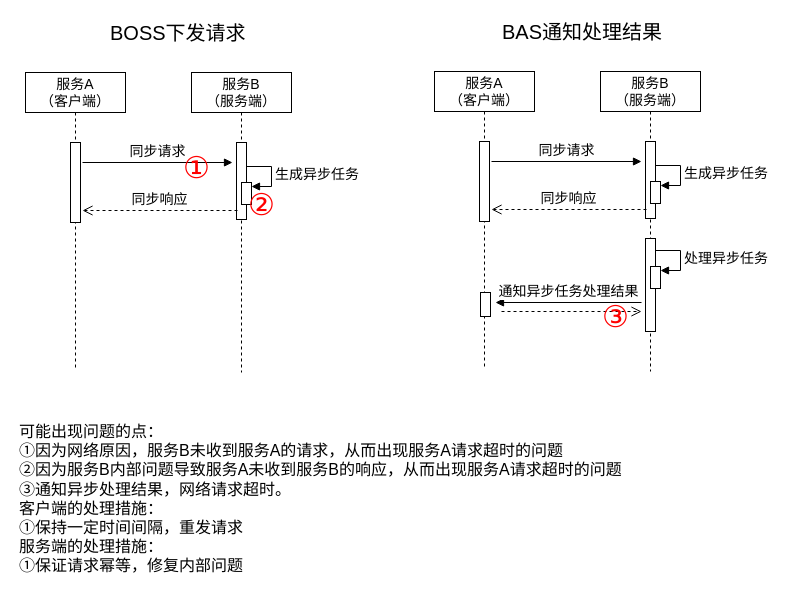
The draw.io diagram page "sequence-error-response-Common" (3 of 7) of BAS/BAS-Henan.drawio in waterwatermelon/graph, before the edit. Source tidied: cells renumbered, new cells numbered last; positions are measured from the earlier drawing's top-left corner, leaving out a move shared by most shapes. Both pictures are drawn from the tidied source at 100%, with x=0, y=0 at pixel (17, 17).
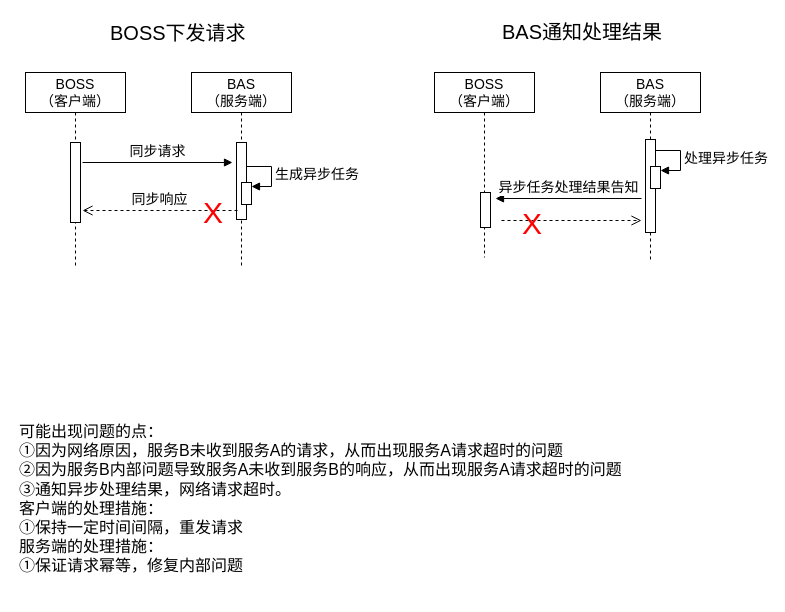
After the change.

Diff of the diagram source:
```diff
@@
-    <mxCell id="2" value="服务A&lt;br&gt;（客户端）" style="shape=umlLifeline;perimeter=lifelinePerimeter;whiteSpace=wrap;html=1;fontSize=14;" parent="1" vertex="1">
-      <mxGeometry x="8" y="55" width="100" height="295" as="geometry" />
+    <mxCell id="2" value="BOSS&lt;br&gt;（客户端）" style="shape=umlLifeline;perimeter=lifelinePerimeter;whiteSpace=wrap;html=1;fontSize=14;" parent="1" vertex="1">
+      <mxGeometry x="8" y="55" width="100" height="193" as="geometry" />
     </mxCell>
@@
-    <mxCell id="4" value="服务B&lt;br&gt;（服务端）" style="shape=umlLifeline;perimeter=lifelinePerimeter;whiteSpace=wrap;html=1;fontSize=14;" parent="1" vertex="1">
-      <mxGeometry x="174" y="55" width="100" height="300" as="geometry" />
+    <mxCell id="4" value="BAS&lt;br&gt;（服务端）" style="shape=umlLifeline;perimeter=lifelinePerimeter;whiteSpace=wrap;html=1;fontSize=14;" parent="1" vertex="1">
+      <mxGeometry x="174" y="55" width="100" height="194" as="geometry" />
     </mxCell>
@@
-    <mxCell id="10" value="&lt;font color=&quot;#ff0000&quot;&gt;&lt;span style=&quot;font-size: 30px&quot;&gt;②&lt;br&gt;&lt;/span&gt;&lt;/font&gt;" style="text;html=1;align=left;verticalAlign=top;spacingTop=-4;" parent="1" vertex="1">
-      <mxGeometry x="229" y="167" width="40" height="20" as="geometry" />
-    </mxCell>
@@
-    <mxCell id="12" value="&lt;font style=&quot;font-size: 30px&quot; color=&quot;#ff0000&quot;&gt;①&lt;/font&gt;" style="text;html=1;align=left;verticalAlign=top;spacingTop=-4;" parent="1" vertex="1">
-      <mxGeometry x="164" y="130" width="40" height="20" as="geometry" />
+    <mxCell id="12" value="&lt;font color=&quot;#ff0000&quot;&gt;&lt;span style=&quot;font-size: 30px&quot;&gt;X&lt;/span&gt;&lt;/font&gt;" style="text;html=1;align=left;verticalAlign=top;spacingTop=-4;" parent="1" vertex="1">
+      <mxGeometry x="184" y="175" width="30" height="20" as="geometry" />
     </mxCell>
@@
-    <mxCell id="14" value="服务A&lt;br&gt;（客户端）" style="shape=umlLifeline;perimeter=lifelinePerimeter;whiteSpace=wrap;html=1;fontSize=14;" parent="1" vertex="1">
-      <mxGeometry x="417" y="54" width="100" height="295" as="geometry" />
+    <mxCell id="14" value="BOSS&lt;br&gt;（客户端）" style="shape=umlLifeline;perimeter=lifelinePerimeter;whiteSpace=wrap;html=1;fontSize=14;" parent="1" vertex="1">
+      <mxGeometry x="417" y="55" width="100" height="185" as="geometry" />
     </mxCell>
-    <mxCell id="15" style="html=1;perimeter=orthogonalPerimeter;fontSize=14;" parent="14" vertex="1">
-      <mxGeometry x="45" y="70" width="10" height="80" as="geometry" />
-    </mxCell>
-    <mxCell id="16" value="服务B&lt;br&gt;（服务端）" style="shape=umlLifeline;perimeter=lifelinePerimeter;whiteSpace=wrap;html=1;fontSize=14;" parent="1" vertex="1">
-      <mxGeometry x="583" y="54" width="100" height="300" as="geometry" />
+    <mxCell id="16" value="BAS&lt;br&gt;（服务端）" style="shape=umlLifeline;perimeter=lifelinePerimeter;whiteSpace=wrap;html=1;fontSize=14;" parent="1" vertex="1">
+      <mxGeometry x="583" y="55" width="100" height="190" as="geometry" />
     </mxCell>
-    <mxCell id="17" style="html=1;perimeter=orthogonalPerimeter;fontSize=14;" parent="16" vertex="1">
-      <mxGeometry x="45" y="70" width="10" height="77" as="geometry" />
-    </mxCell>
     <mxCell id="18" style="html=1;perimeter=orthogonalPerimeter;fontSize=14;" parent="16" vertex="1">
-      <mxGeometry x="45" y="167" width="10" height="93" as="geometry" />
+      <mxGeometry x="45" y="67" width="10" height="93" as="geometry" />
     </mxCell>
-    <mxCell id="19" value="同步请求" style="html=1;verticalAlign=bottom;endArrow=block;fontSize=14;" parent="1" edge="1">
-      <mxGeometry relative="1" as="geometry">
-        <mxPoint x="474" y="144" as="sourcePoint" />
-        <mxPoint x="624" y="144" as="targetPoint" />
-      </mxGeometry>
-    </mxCell>
-    <mxCell id="20" value="同步响应" style="html=1;verticalAlign=bottom;endArrow=open;dashed=1;endSize=8;fontSize=14;" parent="1" edge="1">
-      <mxGeometry relative="1" as="geometry">
-        <mxPoint x="629" y="192" as="sourcePoint" />
-        <mxPoint x="474" y="192" as="targetPoint" />
-      </mxGeometry>
-    </mxCell>
-    <mxCell id="21" style="html=1;perimeter=orthogonalPerimeter;fontSize=14;" parent="1" vertex="1">
-      <mxGeometry x="633" y="164" width="10" height="22" as="geometry" />
-    </mxCell>
-    <mxCell id="22" value="生成异步任务" style="edgeStyle=orthogonalEdgeStyle;html=1;align=left;spacingLeft=2;endArrow=block;rounded=0;entryX=1;entryY=0;fontSize=14;" parent="1" edge="1">
-      <mxGeometry relative="1" as="geometry">
-        <mxPoint x="638" y="148" as="sourcePoint" />
-        <mxPoint x="643" y="168" as="targetPoint" />
-        <Array as="points">
-          <mxPoint x="663" y="148" />
-        </Array>
-      </mxGeometry>
-    </mxCell>
     <mxCell id="23" style="html=1;perimeter=orthogonalPerimeter;fontSize=14;" parent="1" vertex="1">
-      <mxGeometry x="463" y="275" width="10" height="24" as="geometry" />
+      <mxGeometry x="463" y="175" width="10" height="35" as="geometry" />
     </mxCell>
-    <mxCell id="24" value="通知异步任务处理结果" style="html=1;verticalAlign=bottom;endArrow=block;fontSize=14;" parent="1" edge="1">
+    <mxCell id="24" value="异步任务处理结果告知" style="html=1;verticalAlign=bottom;endArrow=block;fontSize=14;" parent="1" edge="1">
       <mxGeometry relative="1" as="geometry">
-        <mxPoint x="624" y="285" as="sourcePoint" />
-        <mxPoint x="478" y="285" as="targetPoint" />
+        <mxPoint x="624" y="181" as="sourcePoint" />
+        <mxPoint x="478" y="181" as="targetPoint" />
       </mxGeometry>
     </mxCell>
     <mxCell id="25" style="html=1;verticalAlign=bottom;endArrow=open;dashed=1;endSize=8;fontSize=14;" parent="1" edge="1">
       <mxGeometry relative="1" as="geometry">
-        <mxPoint x="484" y="294" as="sourcePoint" />
-        <mxPoint x="624" y="294" as="targetPoint" />
+        <mxPoint x="484" y="203" as="sourcePoint" />
+        <mxPoint x="624" y="203" as="targetPoint" />
       </mxGeometry>
     </mxCell>
-    <mxCell id="26" value="&lt;font style=&quot;font-size: 30px&quot; color=&quot;#ff0000&quot;&gt;③&lt;br&gt;&lt;/font&gt;" style="text;html=1;align=left;verticalAlign=top;spacingTop=-4;" parent="1" vertex="1">
-      <mxGeometry x="583" y="279" width="40" height="20" as="geometry" />
-    </mxCell>
     <mxCell id="27" style="html=1;perimeter=orthogonalPerimeter;fontSize=14;" parent="1" vertex="1">
-      <mxGeometry x="633" y="249" width="10" height="22" as="geometry" />
+      <mxGeometry x="633" y="149" width="10" height="22" as="geometry" />
     </mxCell>
     <mxCell id="28" value="处理异步任务" style="edgeStyle=orthogonalEdgeStyle;html=1;align=left;spacingLeft=2;endArrow=block;rounded=0;entryX=1;entryY=0;fontSize=14;" parent="1" edge="1">
       <mxGeometry relative="1" as="geometry">
-        <mxPoint x="638" y="233" as="sourcePoint" />
-        <mxPoint x="643" y="253" as="targetPoint" />
+        <mxPoint x="638" y="133" as="sourcePoint" />
+        <mxPoint x="643" y="153" as="targetPoint" />
         <Array as="points">
-          <mxPoint x="663" y="233" />
+          <mxPoint x="663" y="133" />
         </Array>
       </mxGeometry>
     </mxCell>
@@
+    <mxCell id="30" value="&lt;font color=&quot;#ff0000&quot;&gt;&lt;span style=&quot;font-size: 30px&quot;&gt;X&lt;/span&gt;&lt;/font&gt;" style="text;html=1;align=left;verticalAlign=top;spacingTop=-4;" parent="1" vertex="1">
+      <mxGeometry x="503" y="186" width="30" height="20" as="geometry" />
+    </mxCell>
```
